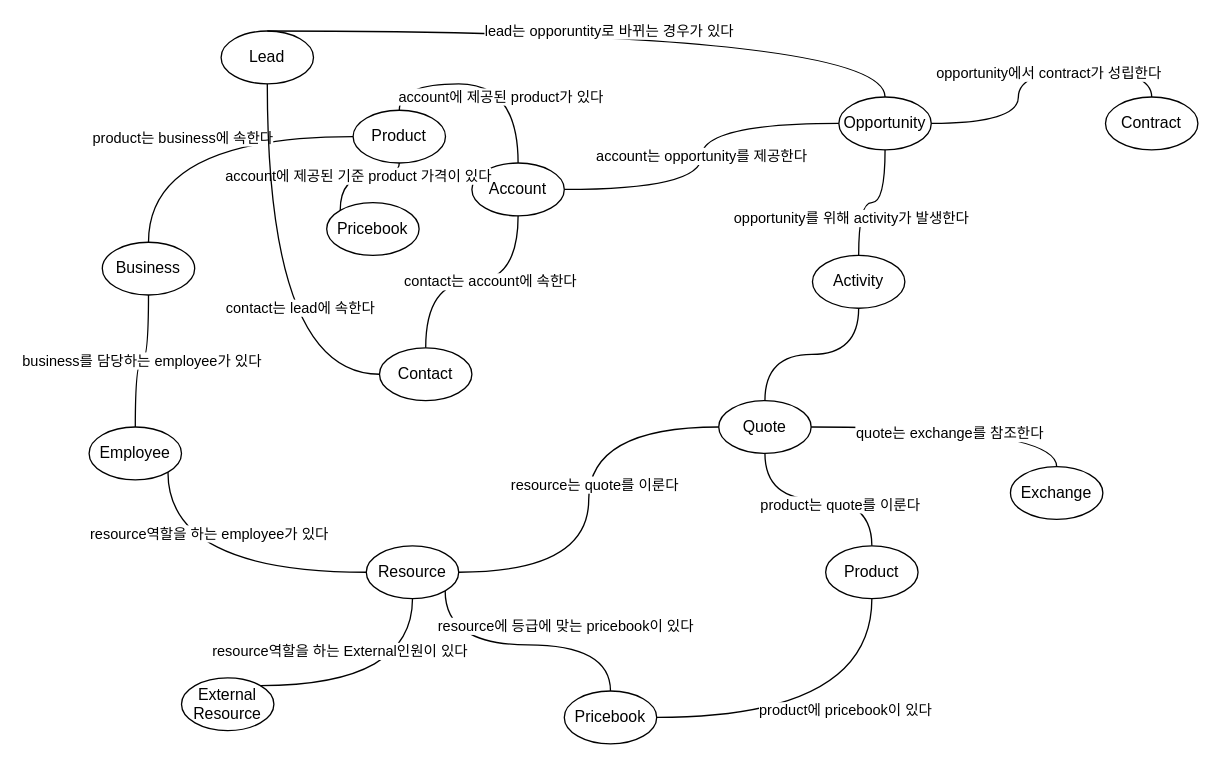
cknet-saleforce/newyork keeps this draw.io diagram as page "개념 관계" (1 of 7) of cknet 오브젝트 및 프로세스.drawio. Above is the earlier version. Source tidied: cells renumbered, new cells numbered last; positions are measured from the earlier drawing's top-left corner, leaving out a move shared by most shapes. Both pictures are drawn from the tidied source at 132%, with x=0, y=0 at pixel (88, 30).
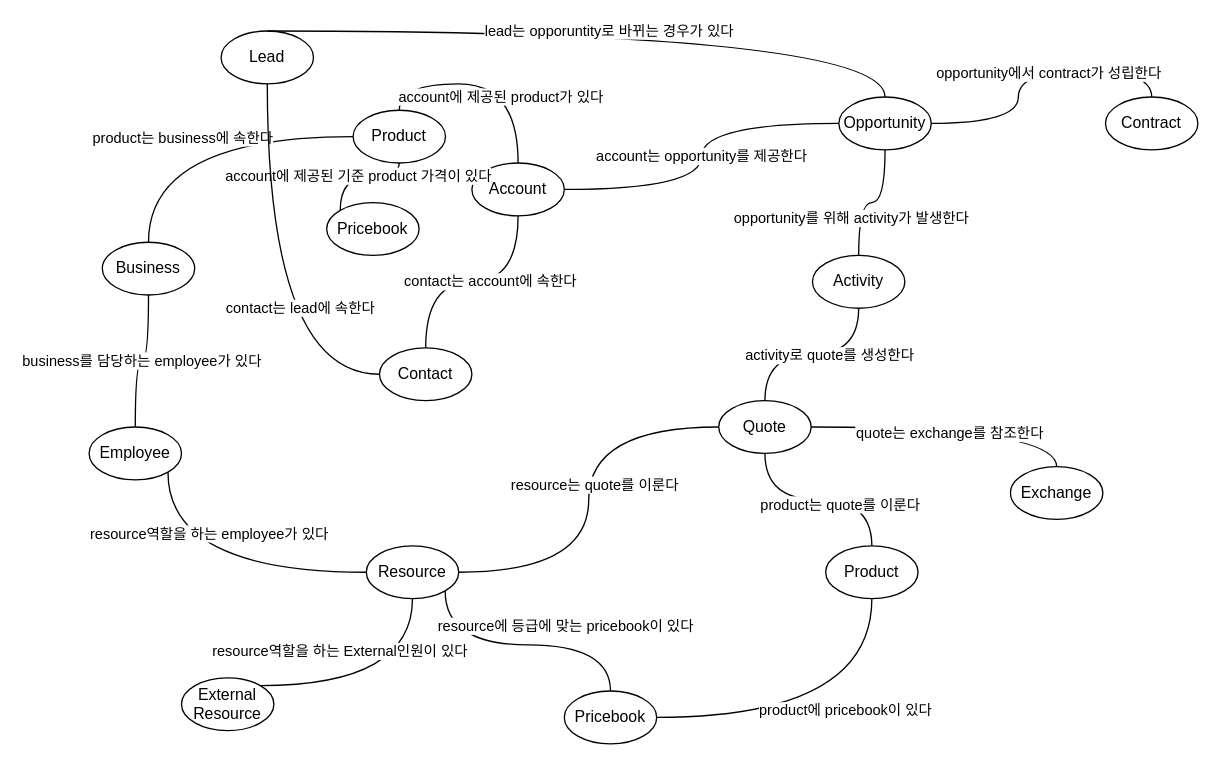
The same page after the edit.

Commit message:
activity와 quote관계 설명 추가

The change refers to these unchanged cells:
```xml
<mxCell id="23" style="edgeStyle=orthogonalEdgeStyle;jettySize=auto;html=1;entryX=0.5;entryY=0;entryDx=0;entryDy=0;strokeColor=default;curved=1;endArrow=none;endFill=0;exitX=0.5;exitY=1;exitDx=0;exitDy=0;" parent="1" edge="1" source="41" target="7">
  <mxGeometry relative="1" as="geometry" />
</mxCell>
```

What changed in the source:
```diff
@@
+    <mxCell id="49" value="activity로 quote를 생성한다" style="edgeLabel;html=1;align=center;verticalAlign=middle;" parent="23" vertex="1">
+      <mxGeometry x="-0.18" relative="1" as="geometry" />
+    </mxCell>
```
